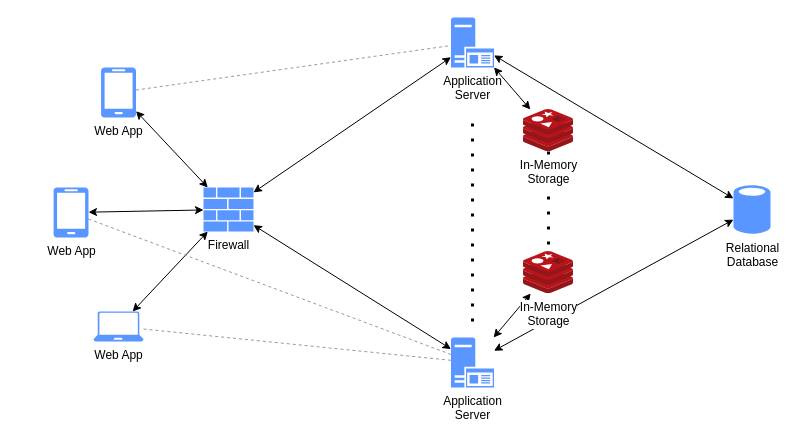
imDema/DeMartiniDuico-sw2 keeps this draw.io diagram as DD/Images/overview.drawio. Above is the earlier version. Source tidied: cells renumbered, new cells numbered last; positions are measured from the earlier drawing's top-left corner, leaving out a move shared by most shapes. Both pictures are drawn from the tidied source at 100%, with x=0, y=0 at pixel (53, 17).
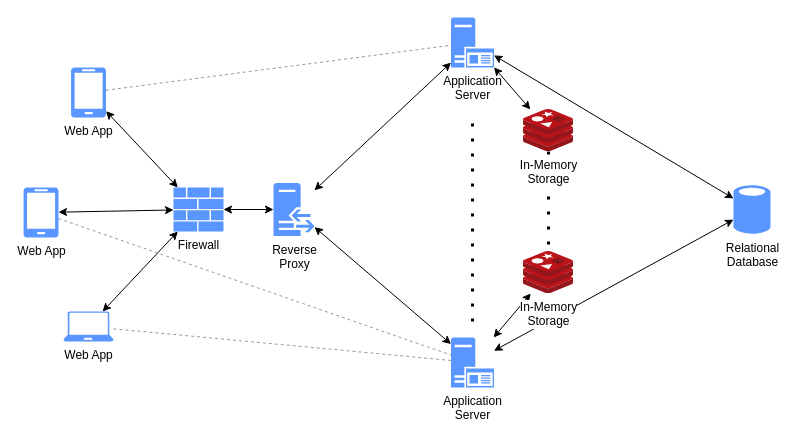
Above is the later version.

Commit message (it also covers changes not shown here):
OpenAPI skeleton, update overview diagram

Unchanged cells that the change refers to:
```xml
<mxCell id="7" value="Application&lt;br&gt;Server" style="shadow=0;dashed=0;html=1;strokeColor=none;labelPosition=center;verticalLabelPosition=bottom;verticalAlign=top;align=center;shape=mxgraph.mscae.enterprise.application_server2;fillColor=#5996FF;" parent="1" vertex="1">
  <mxGeometry x="397.5" width="43" height="50" as="geometry" />
</mxCell>
<mxCell id="17" value="Application&lt;br&gt;Server" style="shadow=0;dashed=0;html=1;strokeColor=none;labelPosition=center;verticalLabelPosition=bottom;verticalAlign=top;align=center;shape=mxgraph.mscae.enterprise.application_server2;fillColor=#5996FF;" parent="1" vertex="1">
  <mxGeometry x="397.5" y="320" width="43" height="50" as="geometry" />
</mxCell>
```

The edit, as a diff of the source:
```diff
@@
-    <mxCell id="5" style="rounded=0;jettySize=auto;html=1;startArrow=classic;startFill=1;" parent="1" edge="1" source="7" target="8">
+    <mxCell id="5" style="rounded=0;jettySize=auto;html=1;startArrow=classic;startFill=1;" parent="1" edge="1" source="7" target="26">
       <mxGeometry relative="1" as="geometry" />
     </mxCell>
@@
     <mxCell id="8" value="Firewall" style="shadow=0;dashed=0;html=1;strokeColor=none;labelPosition=center;verticalLabelPosition=bottom;verticalAlign=top;align=center;shape=mxgraph.mscae.enterprise.firewall;fillColor=#5996FF;" parent="1" vertex="1">
-      <mxGeometry x="150" y="170" width="50" height="44" as="geometry" />
+      <mxGeometry x="120" y="170" width="50" height="44" as="geometry" />
     </mxCell>
@@
     <mxCell id="13" value="Web App" style="shadow=0;dashed=0;html=1;strokeColor=none;labelPosition=center;verticalLabelPosition=bottom;verticalAlign=top;align=center;shape=mxgraph.azure.laptop;fillColor=#5996FF;" parent="1" vertex="1">
-      <mxGeometry x="40" y="294" width="50" height="30" as="geometry" />
+      <mxGeometry x="10" y="294" width="50" height="30" as="geometry" />
     </mxCell>
@@
-    <mxCell id="16" style="edgeStyle=none;rounded=0;jettySize=auto;html=1;startArrow=classic;startFill=1;" parent="1" edge="1" source="17" target="8">
+    <mxCell id="16" style="edgeStyle=none;rounded=0;jettySize=auto;html=1;startArrow=classic;startFill=1;" parent="1" edge="1" source="17" target="26">
       <mxGeometry relative="1" as="geometry" />
     </mxCell>
@@
     <mxCell id="20" value="Web App" style="shadow=0;dashed=0;html=1;strokeColor=none;labelPosition=center;verticalLabelPosition=bottom;verticalAlign=top;align=center;shape=mxgraph.azure.mobile;fillColor=#5996FF;" parent="1" vertex="1">
-      <mxGeometry x="47.5" y="50" width="35" height="50" as="geometry" />
+      <mxGeometry x="17.5" y="50" width="35" height="50" as="geometry" />
     </mxCell>
@@
     <mxCell id="23" value="Web App" style="shadow=0;dashed=0;html=1;strokeColor=none;labelPosition=center;verticalLabelPosition=bottom;verticalAlign=top;align=center;shape=mxgraph.azure.mobile;fillColor=#5996FF;" parent="1" vertex="1">
-      <mxGeometry y="170" width="35" height="50" as="geometry" />
+      <mxGeometry x="-30" y="170" width="35" height="50" as="geometry" />
     </mxCell>
@@
+    <mxCell id="25" style="rounded=0;jettySize=auto;html=1;endArrow=classic;endFill=1;startArrow=classic;startFill=1;" parent="1" edge="1" source="26" target="8">
+      <mxGeometry relative="1" as="geometry" />
+    </mxCell>
+    <mxCell id="26" value="Reverse&lt;br&gt;Proxy" style="shadow=0;dashed=0;html=1;strokeColor=none;labelPosition=center;verticalLabelPosition=bottom;verticalAlign=top;outlineConnect=0;align=center;shape=mxgraph.office.servers.reverse_proxy;fillColor=#5996FF;" parent="1" vertex="1">
+      <mxGeometry x="220" y="165.5" width="41" height="53" as="geometry" />
+    </mxCell>
```
